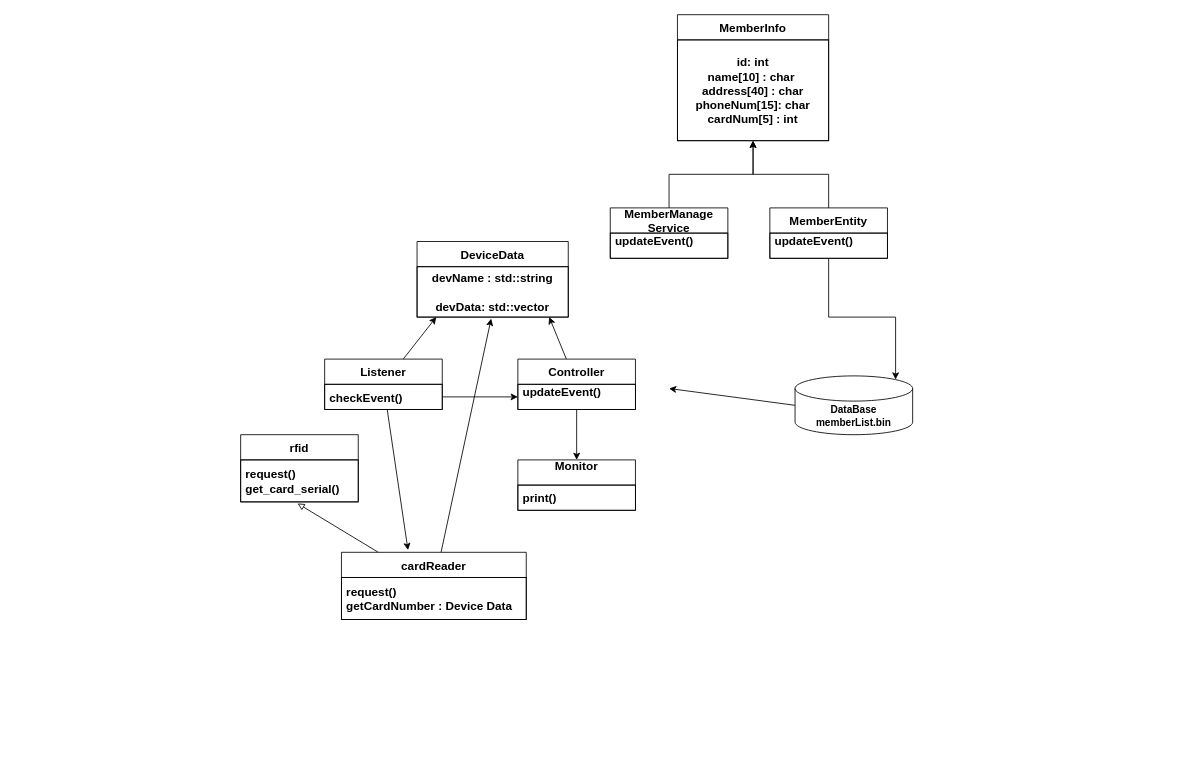
This is sw_design/golfMembersManager_Design.drawio from honghyeonjun/GolfMembersManager, a draw.io file, before an edit. Source tidied: cells renumbered, new cells numbered last; positions are measured from the earlier drawing's top-left corner, leaving out a move shared by most shapes. Both pictures are drawn from the tidied source at 84%, with x=0, y=0 at pixel (240, 14).
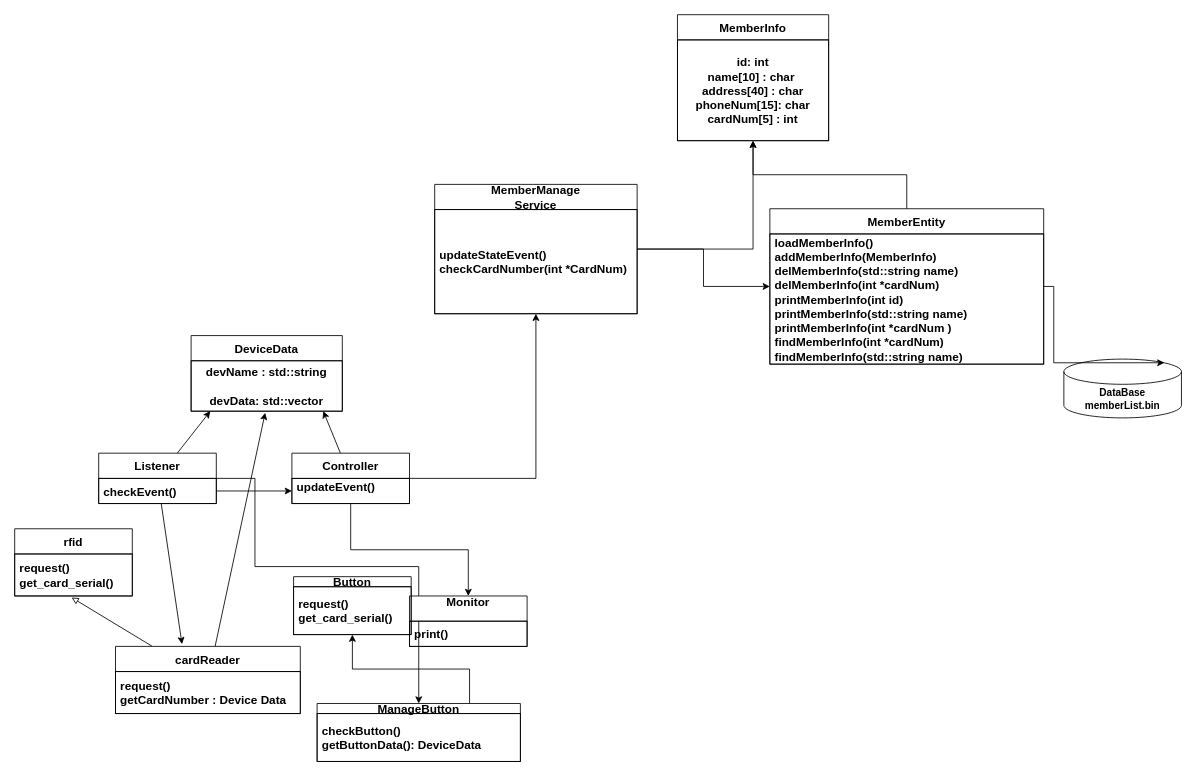
After the change.

Diff of the diagram source:
```diff
@@
+    <mxCell id="32" style="edgeStyle=orthogonalEdgeStyle;html=1;entryX=0.5;entryY=0;entryDx=0;entryDy=0;strokeColor=#000000;rounded=0;" parent="1" edge="1" source="4" target="36">
+      <mxGeometry relative="1" as="geometry">
+        <Array as="points">
+          <mxPoint x="17" y="552" />
+          <mxPoint x="17" y="657" />
+        </Array>
+      </mxGeometry>
+    </mxCell>
     <mxCell id="4" value="Listener" style="swimlane;fontStyle=1;horizontal=1;startSize=30;fontColor=#000000;strokeColor=#000000;gradientColor=#ffffff;fillColor=#FFFFFF;fontSize=14;" parent="1" vertex="1">
-      <mxGeometry x="100" y="410" width="140" height="60" as="geometry" />
+      <mxGeometry x="-169" y="522" width="140" height="60" as="geometry" />
     </mxCell>
@@
     <mxCell id="6" value="rfid" style="swimlane;fontStyle=1;horizontal=1;startSize=30;fontColor=#000000;strokeColor=#000000;gradientColor=#ffffff;fillColor=#FFFFFF;fontSize=14;" parent="1" vertex="1">
-      <mxGeometry y="500" width="140" height="80" as="geometry" />
+      <mxGeometry x="-269" y="612" width="140" height="80" as="geometry" />
     </mxCell>
@@
     <mxCell id="8" value="Monitor&#10;" style="swimlane;fontStyle=1;horizontal=1;startSize=30;fontColor=#000000;strokeColor=#000000;gradientColor=#ffffff;fillColor=#FFFFFF;fontSize=14;" parent="1" vertex="1">
-      <mxGeometry x="330" y="530" width="140" height="60" as="geometry" />
+      <mxGeometry x="201" y="692" width="140" height="60" as="geometry" />
     </mxCell>
@@
+    <mxCell id="33" style="edgeStyle=orthogonalEdgeStyle;rounded=0;html=1;strokeColor=#000000;" parent="1" edge="1" source="12" target="30">
+      <mxGeometry relative="1" as="geometry" />
+    </mxCell>
     <mxCell id="12" value="Controller" style="swimlane;fontStyle=1;horizontal=1;startSize=30;fontColor=#000000;strokeColor=#000000;gradientColor=#ffffff;fillColor=#FFFFFF;fontSize=14;" parent="1" vertex="1">
-      <mxGeometry x="330" y="410" width="140" height="60" as="geometry" />
+      <mxGeometry x="61" y="522" width="140" height="60" as="geometry" />
     </mxCell>
@@
     <mxCell id="15" value="DeviceData" style="swimlane;fontStyle=1;horizontal=1;startSize=30;fontColor=#000000;strokeColor=#000000;gradientColor=#ffffff;fillColor=#FFFFFF;fontSize=14;" parent="1" vertex="1">
-      <mxGeometry x="210" y="270" width="180" height="90" as="geometry" />
+      <mxGeometry x="-59" y="382" width="180" height="90" as="geometry" />
     </mxCell>
@@
     <mxCell id="19" value="cardReader" style="swimlane;fontStyle=1;horizontal=1;startSize=30;fontColor=#000000;strokeColor=#000000;gradientColor=#ffffff;fillColor=#FFFFFF;fontSize=14;" parent="1" vertex="1">
-      <mxGeometry x="120" y="640" width="220" height="80" as="geometry" />
+      <mxGeometry x="-149" y="752" width="220" height="80" as="geometry" />
     </mxCell>
@@
-    <mxCell id="21" style="edgeStyle=none;html=1;exitX=0;exitY=0.5;exitDx=0;exitDy=0;exitPerimeter=0;fontColor=#000000;" parent="1" edge="1" source="22">
-      <mxGeometry relative="1" as="geometry">
-        <mxPoint x="510" y="445" as="targetPoint" />
-      </mxGeometry>
-    </mxCell>
     <mxCell id="22" value="&lt;b&gt;DataBase&lt;br&gt;memberList.bin&lt;br&gt;&lt;/b&gt;" style="shape=cylinder3;whiteSpace=wrap;html=1;boundedLbl=1;backgroundOutline=1;size=15;fillColor=#FFFFFF;fontColor=#000000;labelBackgroundColor=none;strokeColor=#000000;" parent="1" vertex="1">
-      <mxGeometry x="660" y="430" width="140" height="70" as="geometry" />
+      <mxGeometry x="980" y="410" width="140" height="70" as="geometry" />
     </mxCell>
@@
     <mxCell id="27" value="MemberEntity" style="swimlane;fontStyle=1;horizontal=1;startSize=30;fontColor=#000000;strokeColor=#000000;gradientColor=#ffffff;fillColor=#FFFFFF;fontSize=14;" parent="1" vertex="1">
-      <mxGeometry x="630" y="230" width="140" height="60" as="geometry" />
+      <mxGeometry x="630" y="231" width="326" height="185" as="geometry" />
     </mxCell>
-    <mxCell id="28" value="updateEvent()&#10;" style="text;strokeColor=#000000;fillColor=none;align=left;verticalAlign=middle;spacingLeft=4;spacingRight=4;overflow=hidden;fontColor=#000000;fontStyle=1;fontSize=14;" parent="27" vertex="1">
-      <mxGeometry y="30" width="140" height="30" as="geometry" />
+    <mxCell id="28" value="loadMemberInfo()&#10;addMemberInfo(MemberInfo)&#10;delMemberInfo(std::string name)&#10;delMemberInfo(int *cardNum)&#10;printMemberInfo(int id)&#10;printMemberInfo(std::string name)&#10;printMemberInfo(int *cardNum )&#10;findMemberInfo(int *cardNum)&#10;findMemberInfo(std::string name)" style="text;strokeColor=#000000;fillColor=none;align=left;verticalAlign=middle;spacingLeft=4;spacingRight=4;overflow=hidden;fontColor=#000000;fontStyle=1;fontSize=14;" parent="27" vertex="1">
+      <mxGeometry y="30" width="326" height="155" as="geometry" />
     </mxCell>
@@
+    <mxCell id="34" style="edgeStyle=orthogonalEdgeStyle;rounded=0;html=1;exitX=1;exitY=0.5;exitDx=0;exitDy=0;strokeColor=#000000;" parent="1" edge="1" source="30" target="27">
+      <mxGeometry relative="1" as="geometry" />
+    </mxCell>
     <mxCell id="30" value="MemberManage&#10;Service" style="swimlane;fontStyle=1;horizontal=1;startSize=30;fontColor=#000000;strokeColor=#000000;gradientColor=#ffffff;fillColor=#FFFFFF;fontSize=14;" parent="1" vertex="1">
-      <mxGeometry x="440" y="230" width="140" height="60" as="geometry" />
+      <mxGeometry x="231" y="202" width="241" height="154" as="geometry" />
     </mxCell>
-    <mxCell id="31" value="updateEvent()&#10;" style="text;strokeColor=#000000;fillColor=none;align=left;verticalAlign=middle;spacingLeft=4;spacingRight=4;overflow=hidden;fontColor=#000000;fontStyle=1;fontSize=14;" parent="30" vertex="1">
-      <mxGeometry y="30" width="140" height="30" as="geometry" />
+    <mxCell id="31" value="updateStateEvent()&#10;checkCardNumber(int *CardNum)" style="text;strokeColor=#000000;fillColor=none;align=left;verticalAlign=middle;spacingLeft=4;spacingRight=4;overflow=hidden;fontColor=#000000;fontStyle=1;fontSize=14;" parent="30" vertex="1">
+      <mxGeometry y="30" width="241" height="124" as="geometry" />
     </mxCell>
+    <mxCell id="35" style="edgeStyle=orthogonalEdgeStyle;rounded=0;html=1;exitX=0.75;exitY=0;exitDx=0;exitDy=0;strokeColor=#000000;" parent="1" edge="1" source="36" target="38">
+      <mxGeometry relative="1" as="geometry" />
+    </mxCell>
+    <mxCell id="36" value="ManageButton" style="swimlane;fontStyle=1;horizontal=1;startSize=12;fontColor=#000000;strokeColor=#000000;gradientColor=#ffffff;fillColor=#FFFFFF;fontSize=14;" parent="1" vertex="1">
+      <mxGeometry x="91" y="820" width="242" height="69" as="geometry" />
+    </mxCell>
+    <mxCell id="37" value="checkButton()&#10;getButtonData(): DeviceData" style="text;strokeColor=#000000;fillColor=none;align=left;verticalAlign=middle;spacingLeft=4;spacingRight=4;overflow=hidden;fontColor=#000000;fontStyle=1;fontSize=14;" parent="36" vertex="1">
+      <mxGeometry y="12" width="242" height="57" as="geometry" />
+    </mxCell>
+    <mxCell id="38" value="Button" style="swimlane;fontStyle=1;horizontal=1;startSize=12;fontColor=#000000;strokeColor=#000000;gradientColor=#ffffff;fillColor=#FFFFFF;fontSize=14;" parent="1" vertex="1">
+      <mxGeometry x="63" y="669" width="140" height="69" as="geometry" />
+    </mxCell>
+    <mxCell id="39" value="request()&#10;get_card_serial()" style="text;strokeColor=#000000;fillColor=none;align=left;verticalAlign=middle;spacingLeft=4;spacingRight=4;overflow=hidden;fontColor=#000000;fontStyle=1;fontSize=14;" parent="38" vertex="1">
+      <mxGeometry y="12" width="140" height="57" as="geometry" />
+    </mxCell>
```
